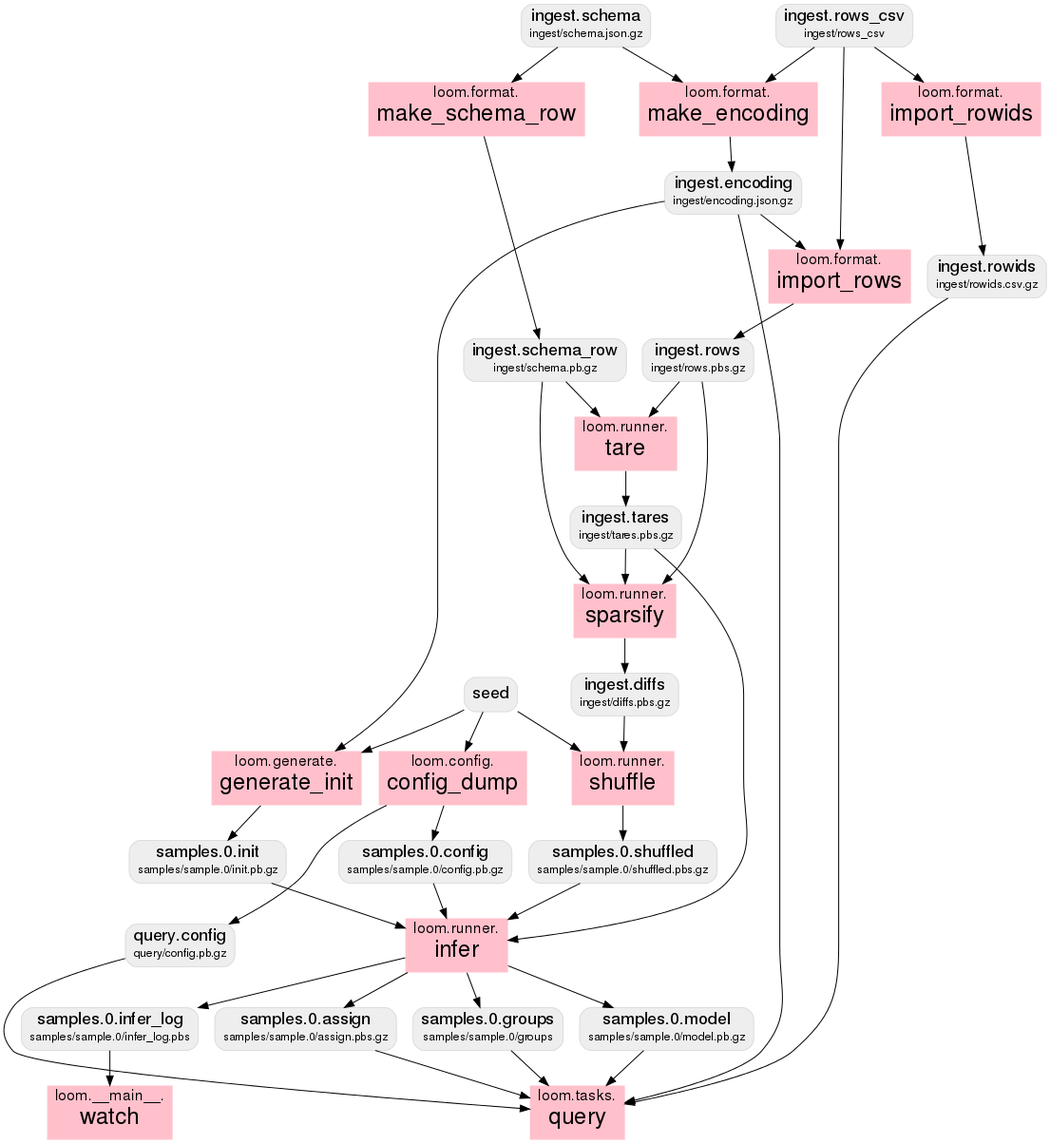
This is doc/dataflow.png from priorknowledge/loom, a Graphviz export, as it was before one commit. Its source is kept beside it as doc/dataflow.dot.
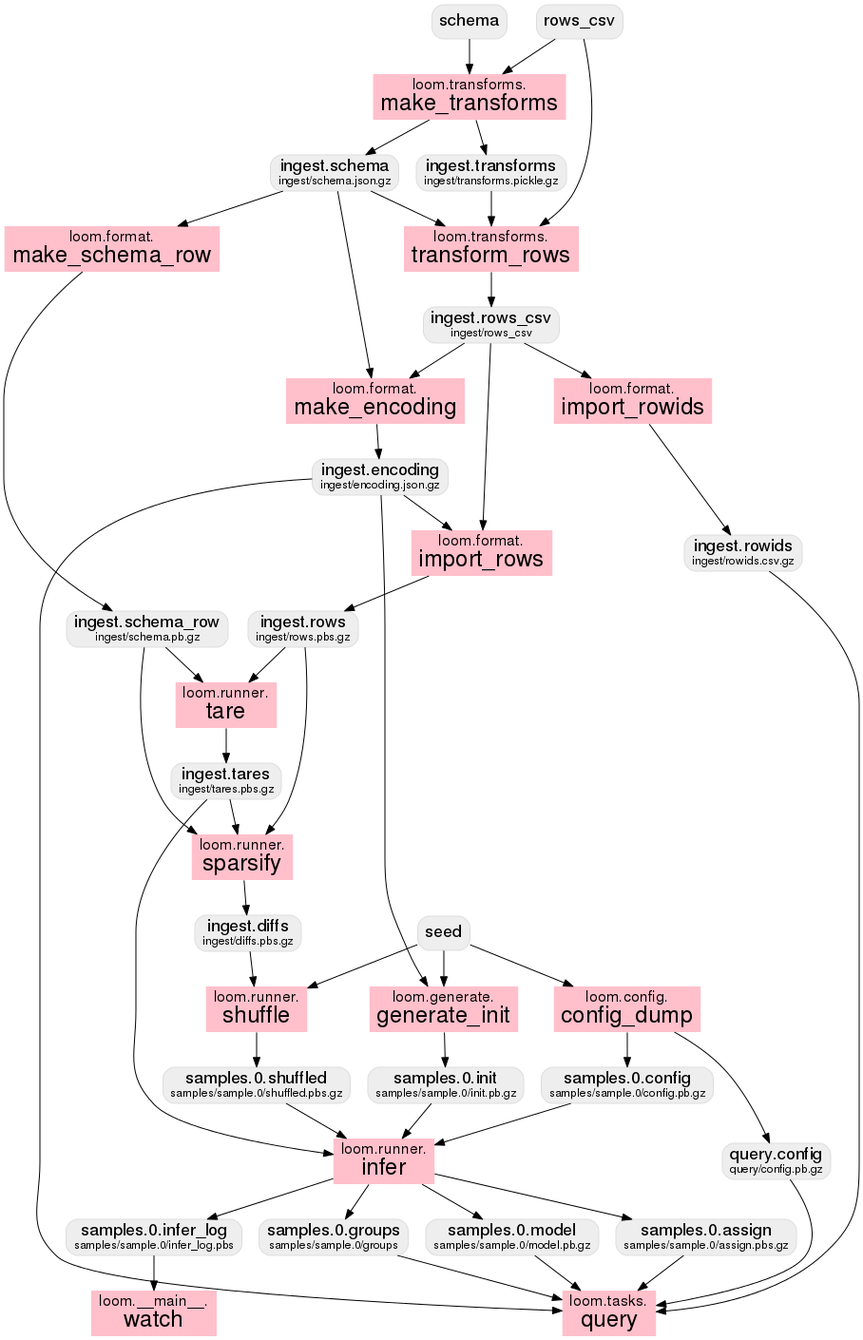
The same file after the commit.

Change to the diagram source:
```diff
@@ -19,7 +19,9 @@
     ingest_schema [label=<<FONT POINT-SIZE="18">ingest.schema</FONT><BR/><FONT POINT-SIZE="12">ingest/schema.json.gz</FONT>>];
     ingest_schema_row [label=<<FONT POINT-SIZE="18">ingest.schema_row</FONT><BR/><FONT POINT-SIZE="12">ingest/schema.pb.gz</FONT>>];
     ingest_tares [label=<<FONT POINT-SIZE="18">ingest.tares</FONT><BR/><FONT POINT-SIZE="12">ingest/tares.pbs.gz</FONT>>];
+    ingest_transforms [label=<<FONT POINT-SIZE="18">ingest.transforms</FONT><BR/><FONT POINT-SIZE="12">ingest/transforms.pickle.gz</FONT>>];
     query_config [label=<<FONT POINT-SIZE="18">query.config</FONT><BR/><FONT POINT-SIZE="12">query/config.pb.gz</FONT>>];
+    rows_csv [label=<<FONT POINT-SIZE="18">rows_csv</FONT>>];
     samples_0_assign [label=<<FONT POINT-SIZE="18">samples.0.assign</FONT><BR/><FONT POINT-SIZE="12">samples/sample.0/assign.pbs.gz</FONT>>];
     samples_0_config [label=<<FONT POINT-SIZE="18">samples.0.config</FONT><BR/><FONT POINT-SIZE="12">samples/sample.0/config.pb.gz</FONT>>];
     samples_0_groups [label=<<FONT POINT-SIZE="18">samples.0.groups</FONT><BR/><FONT POINT-SIZE="12">samples/sample.0/groups</FONT>>];
@@ -27,6 +29,7 @@
     samples_0_init [label=<<FONT POINT-SIZE="18">samples.0.init</FONT><BR/><FONT POINT-SIZE="12">samples/sample.0/init.pb.gz</FONT>>];
     samples_0_model [label=<<FONT POINT-SIZE="18">samples.0.model</FONT><BR/><FONT POINT-SIZE="12">samples/sample.0/model.pb.gz</FONT>>];
     samples_0_shuffled [label=<<FONT POINT-SIZE="18">samples.0.shuffled</FONT><BR/><FONT POINT-SIZE="12">samples/sample.0/shuffled.pbs.gz</FONT>>];
+    schema [label=<<FONT POINT-SIZE="18">schema</FONT>>];
     seed [label=<<FONT POINT-SIZE="18">seed</FONT>>];
   }
 
@@ -45,6 +48,8 @@
     sparsify [label=<<FONT POINT-SIZE="16">loom.runner.</FONT><BR/><FONT POINT-SIZE="24">sparsify</FONT>>, fillcolor=pink];
     tare [label=<<FONT POINT-SIZE="16">loom.runner.</FONT><BR/><FONT POINT-SIZE="24">tare</FONT>>, fillcolor=pink];
     query [label=<<FONT POINT-SIZE="16">loom.tasks.</FONT><BR/><FONT POINT-SIZE="24">query</FONT>>, fillcolor=pink];
+    make_transforms [label=<<FONT POINT-SIZE="16">loom.transforms.</FONT><BR/><FONT POINT-SIZE="24">make_transforms</FONT>>, fillcolor=pink];
+    transform_rows [label=<<FONT POINT-SIZE="16">loom.transforms.</FONT><BR/><FONT POINT-SIZE="24">transform_rows</FONT>>, fillcolor=pink];
 
     samples_0_infer_log -> watch [weight=1.0];
     seed -> config_dump [weight=1.0];
@@ -87,5 +92,13 @@
     samples_0_model -> query [weight=1.0];
     samples_0_groups -> query [weight=1.0];
     samples_0_assign -> query [weight=1.0];
+    schema -> make_transforms [weight=1.0];
+    rows_csv -> make_transforms [weight=1.0];
+    make_transforms -> ingest_schema [weight=1.0];
+    make_transforms -> ingest_transforms [weight=1.0];
+    ingest_schema -> transform_rows [weight=1.0];
+    ingest_transforms -> transform_rows [weight=1.0];
+    rows_csv -> transform_rows [weight=1.0];
+    transform_rows -> ingest_rows_csv [weight=1.0];
   }
 }
```
